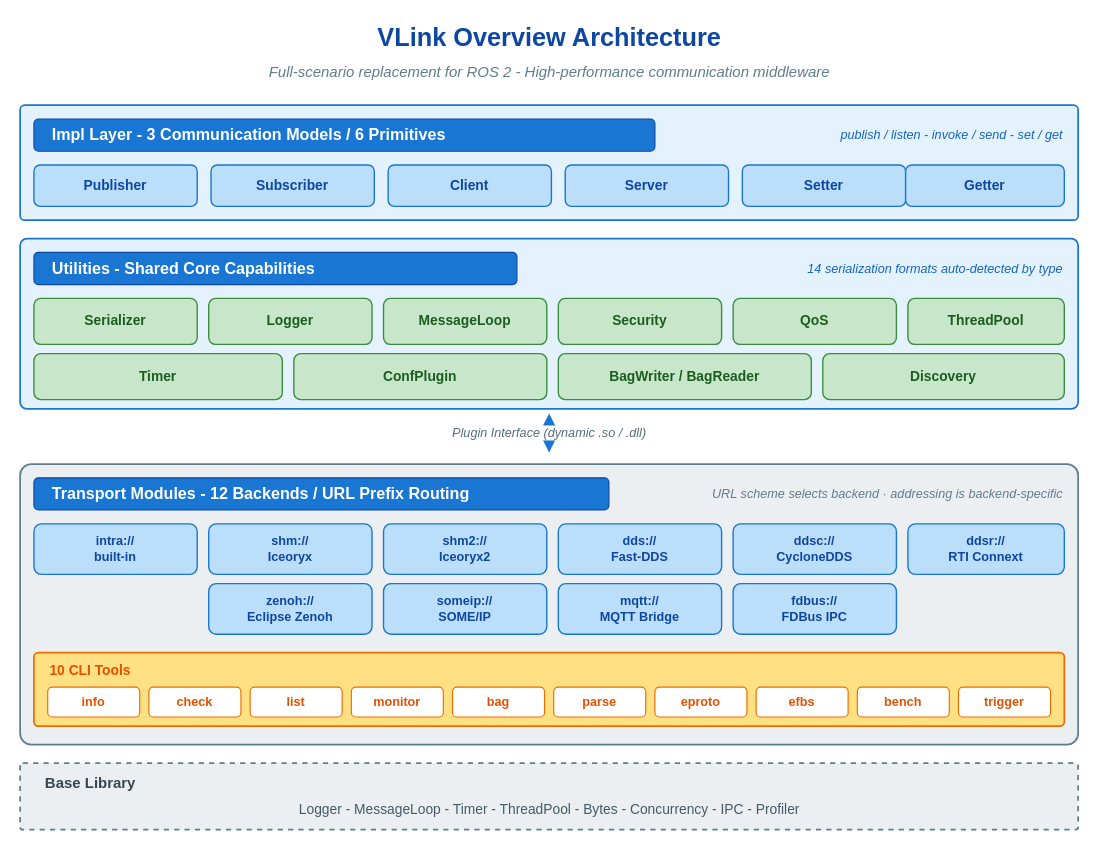
Before: doc/images/overview-architecture.drawio in thun-res/vlink, a draw.io diagram. Source tidied: cells renumbered, new cells numbered last; positions are measured from the earlier drawing's top-left corner, leaving out a move shared by most shapes. Both pictures are drawn from the tidied source at 115%, with x=0, y=0 at pixel (20, 20).
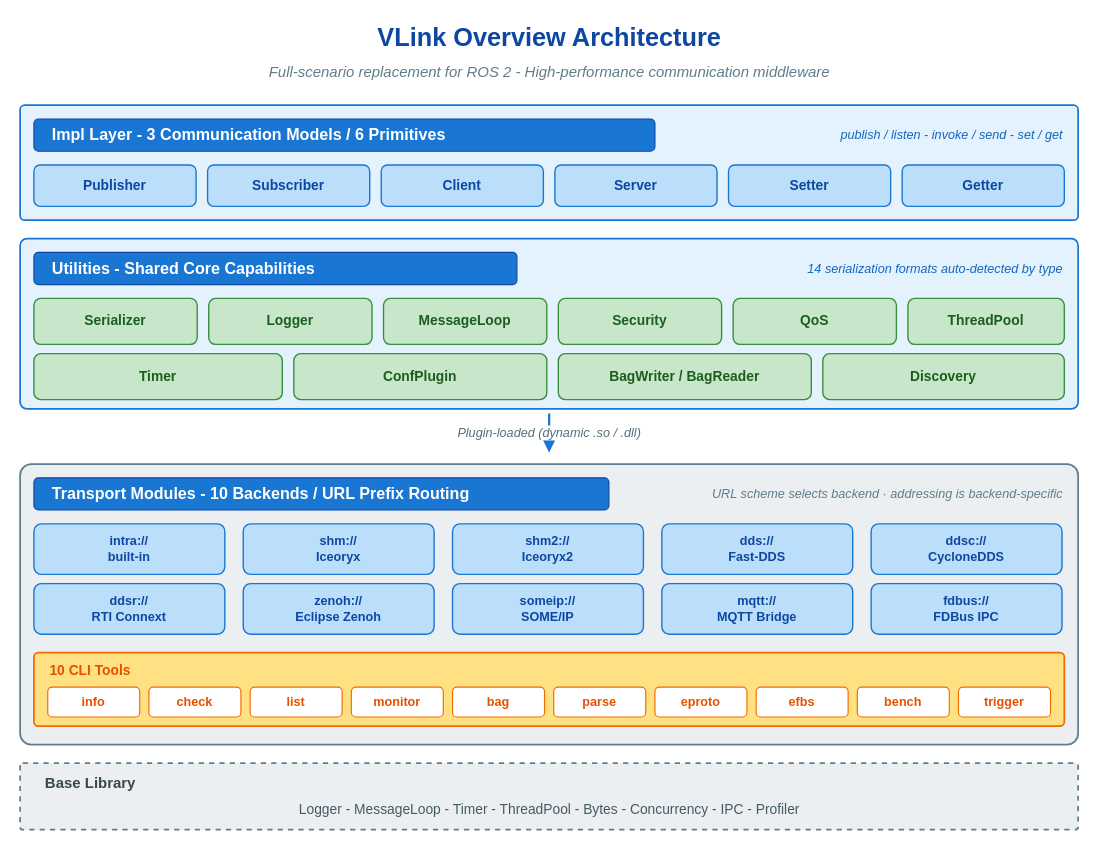
Above is the later version.

Diff of the diagram source:
```diff
@@
     <mxCell id="7" value="Publisher" style="rounded=1;whiteSpace=wrap;html=1;fillColor=#bbdefb;strokeColor=#1976d2;strokeWidth=1.2;fontFamily=Helvetica;fontSize=12;fontStyle=1;fontColor=#0d47a1;shadow=0;" parent="1" vertex="1">
-      <mxGeometry x="12" y="126" width="142" height="36" as="geometry" />
+      <mxGeometry x="12" y="126" width="141" height="36" as="geometry" />
     </mxCell>
     <mxCell id="8" value="Subscriber" style="rounded=1;whiteSpace=wrap;html=1;fillColor=#bbdefb;strokeColor=#1976d2;strokeWidth=1.2;fontFamily=Helvetica;fontSize=12;fontStyle=1;fontColor=#0d47a1;shadow=0;" parent="1" vertex="1">
-      <mxGeometry x="166" y="126" width="142" height="36" as="geometry" />
+      <mxGeometry x="163" y="126" width="141" height="36" as="geometry" />
     </mxCell>
     <mxCell id="9" value="Client" style="rounded=1;whiteSpace=wrap;html=1;fillColor=#bbdefb;strokeColor=#1976d2;strokeWidth=1.2;fontFamily=Helvetica;fontSize=12;fontStyle=1;fontColor=#0d47a1;shadow=0;" parent="1" vertex="1">
-      <mxGeometry x="320" y="126" width="142" height="36" as="geometry" />
+      <mxGeometry x="314" y="126" width="141" height="36" as="geometry" />
     </mxCell>
     <mxCell id="10" value="Server" style="rounded=1;whiteSpace=wrap;html=1;fillColor=#bbdefb;strokeColor=#1976d2;strokeWidth=1.2;fontFamily=Helvetica;fontSize=12;fontStyle=1;fontColor=#0d47a1;shadow=0;" parent="1" vertex="1">
-      <mxGeometry x="474" y="126" width="142" height="36" as="geometry" />
+      <mxGeometry x="465" y="126" width="141" height="36" as="geometry" />
     </mxCell>
     <mxCell id="11" value="Setter" style="rounded=1;whiteSpace=wrap;html=1;fillColor=#bbdefb;strokeColor=#1976d2;strokeWidth=1.2;fontFamily=Helvetica;fontSize=12;fontStyle=1;fontColor=#0d47a1;shadow=0;" parent="1" vertex="1">
-      <mxGeometry x="628" y="126" width="142" height="36" as="geometry" />
+      <mxGeometry x="616" y="126" width="141" height="36" as="geometry" />
     </mxCell>
     <mxCell id="12" value="Getter" style="rounded=1;whiteSpace=wrap;html=1;fillColor=#bbdefb;strokeColor=#1976d2;strokeWidth=1.2;fontFamily=Helvetica;fontSize=12;fontStyle=1;fontColor=#0d47a1;shadow=0;" parent="1" vertex="1">
-      <mxGeometry x="770" y="126" width="138" height="36" as="geometry" />
+      <mxGeometry x="767" y="126" width="141" height="36" as="geometry" />
     </mxCell>
@@
-    <mxCell id="26" value="Plugin Interface  (dynamic .so / .dll)" style="endArrow=block;endFill=1;startArrow=block;startFill=1;html=1;strokeWidth=2;strokeColor=#1976d2;fontFamily=Helvetica;fontSize=11;fontStyle=2;fontColor=#546e7a;labelBackgroundColor=#ffffff;" parent="1" edge="1">
+    <mxCell id="26" value="Plugin-loaded  (dynamic .so / .dll)" style="endArrow=block;endFill=1;html=1;strokeWidth=2;strokeColor=#1976d2;fontFamily=Helvetica;fontSize=11;fontStyle=2;fontColor=#546e7a;labelBackgroundColor=#ffffff;" parent="1" edge="1">
       <mxGeometry relative="1" as="geometry">
         <mxPoint x="460" y="342" as="sourcePoint" />
         <mxPoint x="460" y="376" as="targetPoint" />
       </mxGeometry>
     </mxCell>
@@
-    <mxCell id="28" value="Transport Modules  -  12 Backends  /  URL Prefix Routing" style="rounded=1;whiteSpace=wrap;html=1;align=left;verticalAlign=middle;fillColor=#1976d2;strokeColor=#0d47a1;fontFamily=Helvetica;fontSize=14;fontStyle=1;fontColor=#ffffff;spacingLeft=14;arcSize=14;shadow=0;" parent="1" vertex="1">
+    <mxCell id="28" value="Transport Modules  -  10 Backends  /  URL Prefix Routing" style="rounded=1;whiteSpace=wrap;html=1;align=left;verticalAlign=middle;fillColor=#1976d2;strokeColor=#0d47a1;fontFamily=Helvetica;fontSize=14;fontStyle=1;fontColor=#ffffff;spacingLeft=14;arcSize=14;shadow=0;" parent="1" vertex="1">
       <mxGeometry x="12" y="398" width="500" height="28" as="geometry" />
     </mxCell>
@@
     <mxCell id="30" value="intra://&#10;built-in" style="rounded=1;whiteSpace=wrap;html=1;fillColor=#bbdefb;strokeColor=#1976d2;strokeWidth=1.2;fontFamily=Helvetica;fontSize=11;fontStyle=1;fontColor=#0d47a1;align=center;shadow=0;" parent="1" vertex="1">
-      <mxGeometry x="12" y="438" width="142" height="44" as="geometry" />
+      <mxGeometry x="12" y="438" width="166" height="44" as="geometry" />
     </mxCell>
     <mxCell id="31" value="shm://&#10;Iceoryx" style="rounded=1;whiteSpace=wrap;html=1;fillColor=#bbdefb;strokeColor=#1976d2;strokeWidth=1.2;fontFamily=Helvetica;fontSize=11;fontStyle=1;fontColor=#0d47a1;align=center;shadow=0;" parent="1" vertex="1">
-      <mxGeometry x="164" y="438" width="142" height="44" as="geometry" />
+      <mxGeometry x="194" y="438" width="166" height="44" as="geometry" />
     </mxCell>
     <mxCell id="32" value="shm2://&#10;Iceoryx2" style="rounded=1;whiteSpace=wrap;html=1;fillColor=#bbdefb;strokeColor=#1976d2;strokeWidth=1.2;fontFamily=Helvetica;fontSize=11;fontStyle=1;fontColor=#0d47a1;align=center;shadow=0;" parent="1" vertex="1">
-      <mxGeometry x="316" y="438" width="142" height="44" as="geometry" />
+      <mxGeometry x="376" y="438" width="166" height="44" as="geometry" />
     </mxCell>
     <mxCell id="33" value="dds://&#10;Fast-DDS" style="rounded=1;whiteSpace=wrap;html=1;fillColor=#bbdefb;strokeColor=#1976d2;strokeWidth=1.2;fontFamily=Helvetica;fontSize=11;fontStyle=1;fontColor=#0d47a1;align=center;shadow=0;" parent="1" vertex="1">
-      <mxGeometry x="468" y="438" width="142" height="44" as="geometry" />
+      <mxGeometry x="558" y="438" width="166" height="44" as="geometry" />
     </mxCell>
     <mxCell id="34" value="ddsc://&#10;CycloneDDS" style="rounded=1;whiteSpace=wrap;html=1;fillColor=#bbdefb;strokeColor=#1976d2;strokeWidth=1.2;fontFamily=Helvetica;fontSize=11;fontStyle=1;fontColor=#0d47a1;align=center;shadow=0;" parent="1" vertex="1">
-      <mxGeometry x="620" y="438" width="142" height="44" as="geometry" />
+      <mxGeometry x="740" y="438" width="166" height="44" as="geometry" />
     </mxCell>
     <mxCell id="35" value="ddsr://&#10;RTI Connext" style="rounded=1;whiteSpace=wrap;html=1;fillColor=#bbdefb;strokeColor=#1976d2;strokeWidth=1.2;fontFamily=Helvetica;fontSize=11;fontStyle=1;fontColor=#0d47a1;align=center;shadow=0;" parent="1" vertex="1">
-      <mxGeometry x="772" y="438" width="136" height="44" as="geometry" />
+      <mxGeometry x="12" y="490" width="166" height="44" as="geometry" />
     </mxCell>
     <mxCell id="36" value="zenoh://&#10;Eclipse Zenoh" style="rounded=1;whiteSpace=wrap;html=1;fillColor=#bbdefb;strokeColor=#1976d2;strokeWidth=1.2;fontFamily=Helvetica;fontSize=11;fontStyle=1;fontColor=#0d47a1;align=center;shadow=0;" parent="1" vertex="1">
-      <mxGeometry x="164" y="490" width="142" height="44" as="geometry" />
+      <mxGeometry x="194" y="490" width="166" height="44" as="geometry" />
     </mxCell>
     <mxCell id="37" value="someip://&#10;SOME/IP" style="rounded=1;whiteSpace=wrap;html=1;fillColor=#bbdefb;strokeColor=#1976d2;strokeWidth=1.2;fontFamily=Helvetica;fontSize=11;fontStyle=1;fontColor=#0d47a1;align=center;shadow=0;" parent="1" vertex="1">
-      <mxGeometry x="316" y="490" width="142" height="44" as="geometry" />
+      <mxGeometry x="376" y="490" width="166" height="44" as="geometry" />
     </mxCell>
     <mxCell id="38" value="mqtt://&#10;MQTT Bridge" style="rounded=1;whiteSpace=wrap;html=1;fillColor=#bbdefb;strokeColor=#1976d2;strokeWidth=1.2;fontFamily=Helvetica;fontSize=11;fontStyle=1;fontColor=#0d47a1;align=center;shadow=0;" parent="1" vertex="1">
-      <mxGeometry x="468" y="490" width="142" height="44" as="geometry" />
+      <mxGeometry x="558" y="490" width="166" height="44" as="geometry" />
     </mxCell>
     <mxCell id="39" value="fdbus://&#10;FDBus IPC" style="rounded=1;whiteSpace=wrap;html=1;fillColor=#bbdefb;strokeColor=#1976d2;strokeWidth=1.2;fontFamily=Helvetica;fontSize=11;fontStyle=1;fontColor=#0d47a1;align=center;shadow=0;" parent="1" vertex="1">
-      <mxGeometry x="620" y="490" width="142" height="44" as="geometry" />
+      <mxGeometry x="740" y="490" width="166" height="44" as="geometry" />
     </mxCell>
```
